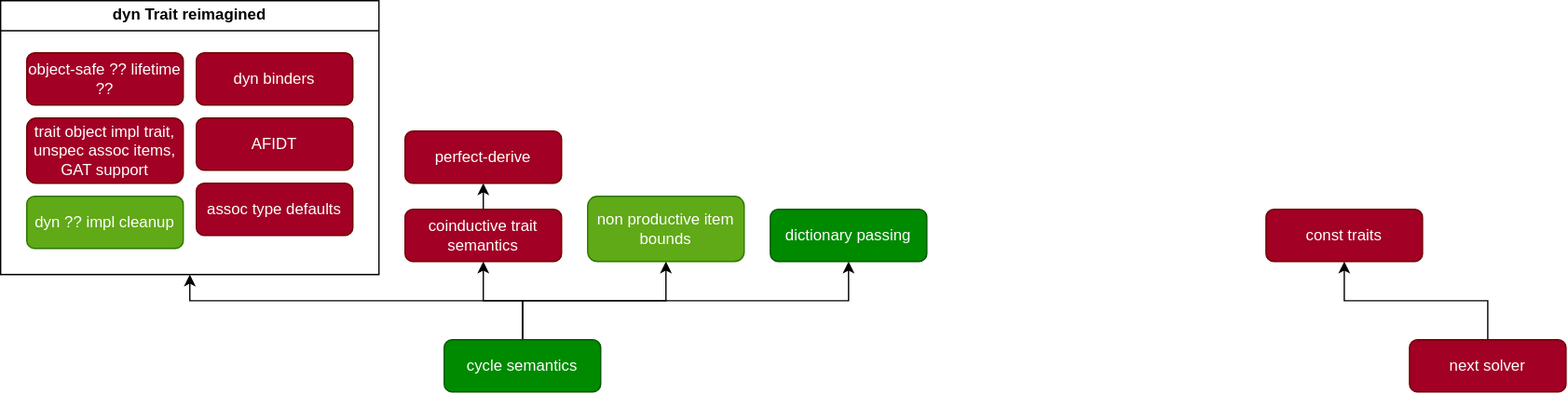
Above: roadmap.svg in lcnr/roadmap (draw.io), before the change. Source tidied: cells renumbered, new cells last; positions are measured from the earlier drawing's top-left corner, leaving out a move shared by most shapes.
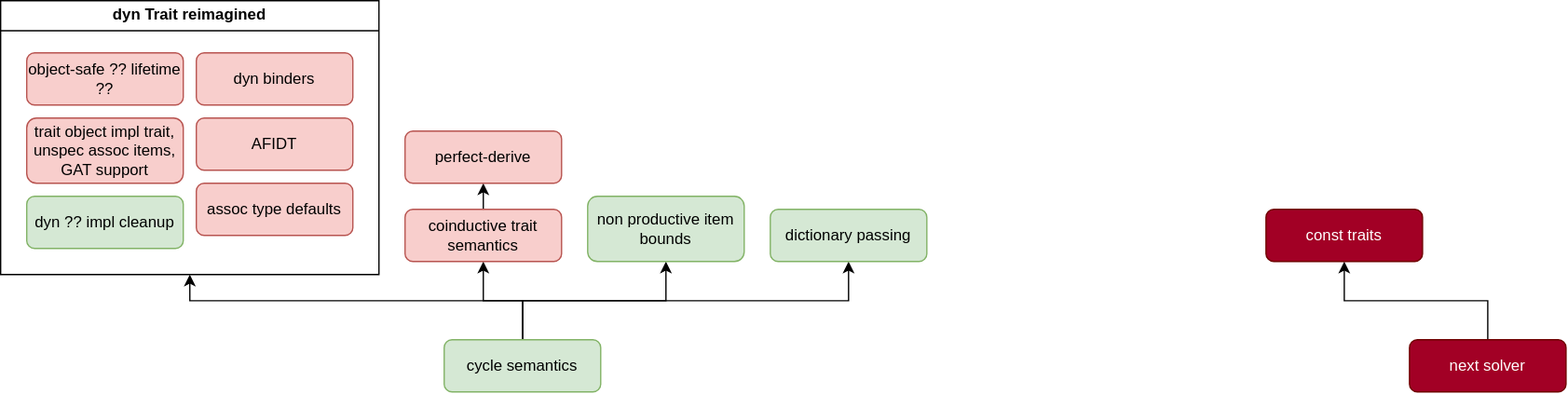
The same file after the commit.

What changed in the source:
```diff
@@ -24,43 +24,43 @@
     <mxCell id="5" style="edgeStyle=orthogonalEdgeStyle;rounded=0;jettySize=auto;html=1;exitX=0.5;exitY=0;exitDx=0;exitDy=0;entryX=0.5;entryY=1;entryDx=0;entryDy=0;" parent="1" edge="1" source="6" target="18">
       <mxGeometry relative="1" as="geometry" />
     </mxCell>
-    <mxCell id="6" value="cycle semantics" style="rounded=1;whiteSpace=wrap;html=1;fillColor=#008a00;fontColor=#ffffff;strokeColor=#005700;" parent="1" vertex="1">
+    <mxCell id="6" value="cycle semantics" style="rounded=1;whiteSpace=wrap;html=1;fillColor=#d5e8d4;strokeColor=#82b366;" parent="1" vertex="1">
       <mxGeometry x="340" y="260" width="120" height="40" as="geometry" />
     </mxCell>
     <mxCell id="7" value="dyn Trait reimagined" style="swimlane;whiteSpace=wrap;html=1;" parent="1" vertex="1">
       <mxGeometry width="290" height="210" as="geometry" />
     </mxCell>
-    <mxCell id="8" value="AFIDT" style="rounded=1;whiteSpace=wrap;html=1;fillColor=#a20025;fontColor=#ffffff;strokeColor=#6F0000;" parent="7" vertex="1">
+    <mxCell id="8" value="AFIDT" style="rounded=1;whiteSpace=wrap;html=1;fillColor=#f8cecc;strokeColor=#b85450;" parent="7" vertex="1">
       <mxGeometry x="150" y="90" width="120" height="40" as="geometry" />
     </mxCell>
-    <mxCell id="9" value="&lt;div&gt;&lt;a href=&quot;https://github.com/rust-lang/rust/issues/29661&quot;&gt;assoc type defaults&lt;/a&gt;&lt;/div&gt;" style="rounded=1;whiteSpace=wrap;html=1;fillColor=#a20025;fontColor=#ffffff;strokeColor=#6F0000;" parent="7" vertex="1">
+    <mxCell id="9" value="&lt;div&gt;&lt;a href=&quot;https://github.com/rust-lang/rust/issues/29661&quot;&gt;assoc type defaults&lt;/a&gt;&lt;/div&gt;" style="rounded=1;whiteSpace=wrap;html=1;fillColor=#f8cecc;strokeColor=#b85450;" parent="7" vertex="1">
       <mxGeometry x="150" y="140" width="120" height="40" as="geometry" />
     </mxCell>
-    <mxCell id="10" value="object-safe ?? lifetime ??" style="rounded=1;whiteSpace=wrap;html=1;fillColor=#a20025;fontColor=#ffffff;strokeColor=#6F0000;" parent="7" vertex="1">
+    <mxCell id="10" value="object-safe ?? lifetime ??" style="rounded=1;whiteSpace=wrap;html=1;fillColor=#f8cecc;strokeColor=#b85450;" parent="7" vertex="1">
       <mxGeometry x="20" y="40" width="120" height="40" as="geometry" />
     </mxCell>
-    <mxCell id="11" value="dyn binders" style="rounded=1;whiteSpace=wrap;html=1;fillColor=#a20025;fontColor=#ffffff;strokeColor=#6F0000;" parent="7" vertex="1">
+    <mxCell id="11" value="dyn binders" style="rounded=1;whiteSpace=wrap;html=1;fillColor=#f8cecc;strokeColor=#b85450;" parent="7" vertex="1">
       <mxGeometry x="150" y="40" width="120" height="40" as="geometry" />
     </mxCell>
-    <mxCell id="12" value="trait object impl trait, unspec assoc items, GAT support" style="rounded=1;whiteSpace=wrap;html=1;fillColor=#a20025;fontColor=#ffffff;strokeColor=#6F0000;" parent="7" vertex="1">
+    <mxCell id="12" value="trait object impl trait, unspec assoc items, GAT support" style="rounded=1;whiteSpace=wrap;html=1;fillColor=#f8cecc;strokeColor=#b85450;" parent="7" vertex="1">
       <mxGeometry x="20" y="90" width="120" height="50" as="geometry" />
     </mxCell>
-    <mxCell id="13" value="&lt;div&gt;&lt;a href=&quot;https://github.com/rust-lang/rust/issues/57893&quot;&gt;dyn ?? impl cleanup&lt;/a&gt;&lt;/div&gt;" style="rounded=1;whiteSpace=wrap;html=1;fillColor=light-dark(#60A917,#FFFF99);strokeColor=#2D7600;fontColor=#ffffff;" parent="7" vertex="1">
+    <mxCell id="13" value="&lt;div&gt;&lt;a href=&quot;https://github.com/rust-lang/rust/issues/57893&quot;&gt;dyn ?? impl cleanup&lt;/a&gt;&lt;/div&gt;" style="rounded=1;whiteSpace=wrap;html=1;fillColor=#d5e8d4;strokeColor=#82b366;" parent="7" vertex="1">
       <mxGeometry x="20" y="150" width="120" height="40" as="geometry" />
     </mxCell>
     <mxCell id="14" style="edgeStyle=orthogonalEdgeStyle;rounded=0;jettySize=auto;html=1;exitX=0.5;exitY=0;exitDx=0;exitDy=0;entryX=0.5;entryY=1;entryDx=0;entryDy=0;" parent="1" edge="1" source="15" target="16">
       <mxGeometry relative="1" as="geometry" />
     </mxCell>
-    <mxCell id="15" value="coinductive trait semantics" style="rounded=1;whiteSpace=wrap;html=1;fillColor=#a20025;fontColor=#ffffff;strokeColor=#6F0000;" parent="1" vertex="1">
+    <mxCell id="15" value="coinductive trait semantics" style="rounded=1;whiteSpace=wrap;html=1;fillColor=#f8cecc;strokeColor=#b85450;" parent="1" vertex="1">
       <mxGeometry x="310" y="160" width="120" height="40" as="geometry" />
     </mxCell>
-    <mxCell id="16" value="perfect-derive" style="rounded=1;whiteSpace=wrap;html=1;fillColor=#a20025;fontColor=#ffffff;strokeColor=#6F0000;" parent="1" vertex="1">
+    <mxCell id="16" value="perfect-derive" style="rounded=1;whiteSpace=wrap;html=1;fillColor=#f8cecc;strokeColor=#b85450;" parent="1" vertex="1">
       <mxGeometry x="310" y="100" width="120" height="40" as="geometry" />
     </mxCell>
-    <mxCell id="17" value="&lt;div&gt;&lt;a href=&quot;https://github.com/rust-lang/rust/issues/135246&quot;&gt;non productive item bounds&lt;/a&gt;&lt;/div&gt;" style="rounded=1;whiteSpace=wrap;html=1;fillColor=light-dark(#60A917,#FFFF99);strokeColor=#2D7600;fontColor=#ffffff;" parent="1" vertex="1">
+    <mxCell id="17" value="&lt;div&gt;&lt;a href=&quot;https://github.com/rust-lang/rust/issues/135246&quot;&gt;non productive item bounds&lt;/a&gt;&lt;/div&gt;" style="rounded=1;whiteSpace=wrap;html=1;fillColor=#d5e8d4;strokeColor=#82b366;" parent="1" vertex="1">
       <mxGeometry x="450" y="150" width="120" height="50" as="geometry" />
     </mxCell>
-    <mxCell id="18" value="dictionary passing" style="rounded=1;whiteSpace=wrap;html=1;fillColor=#008a00;strokeColor=#005700;fontColor=#ffffff;" parent="1" vertex="1">
+    <mxCell id="18" value="dictionary passing" style="rounded=1;whiteSpace=wrap;html=1;fillColor=#d5e8d4;strokeColor=#82b366;" parent="1" vertex="1">
       <mxGeometry x="590" y="160" width="120" height="40" as="geometry" />
     </mxCell>
     <mxCell id="19" style="edgeStyle=orthogonalEdgeStyle;rounded=0;jettySize=auto;html=1;exitX=0.5;exitY=0;exitDx=0;exitDy=0;entryX=0.5;entryY=1;entryDx=0;entryDy=0;" parent="1" edge="1" source="20" target="21">
```
